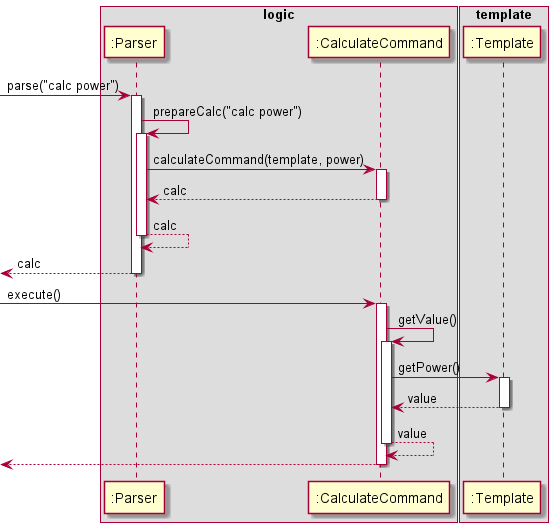
This is docs/diagrams/CalcPowerSequenceDiagram.png from sevenseasofbri/tp, a PlantUML export, as it was before one commit.
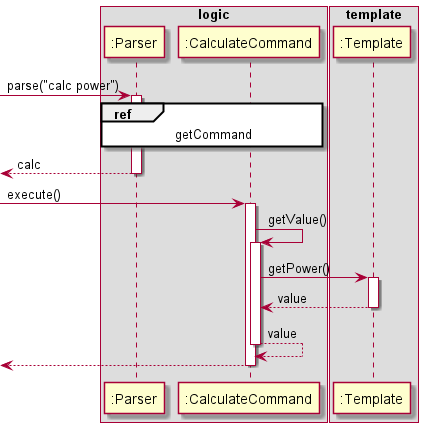
The same file after the commit.

What changed in the source:
```diff
@@ -12,17 +12,7 @@
 [-> Parser : parse("calc power")
 activate Parser
 
-Parser -> Parser : prepareCalc("calc power")
-activate Parser
-
-Parser -> CalculateCommand : calculateCommand(template, power)
-activate CalculateCommand
-
-Parser <-- CalculateCommand : calc
-deactivate CalculateCommand
-
-Parser <-- Parser: calc
-deactivate Parser
+ref over Parser, CalculateCommand : getCommand
 
 [<-- Parser : calc
 deactivate Parser
```
